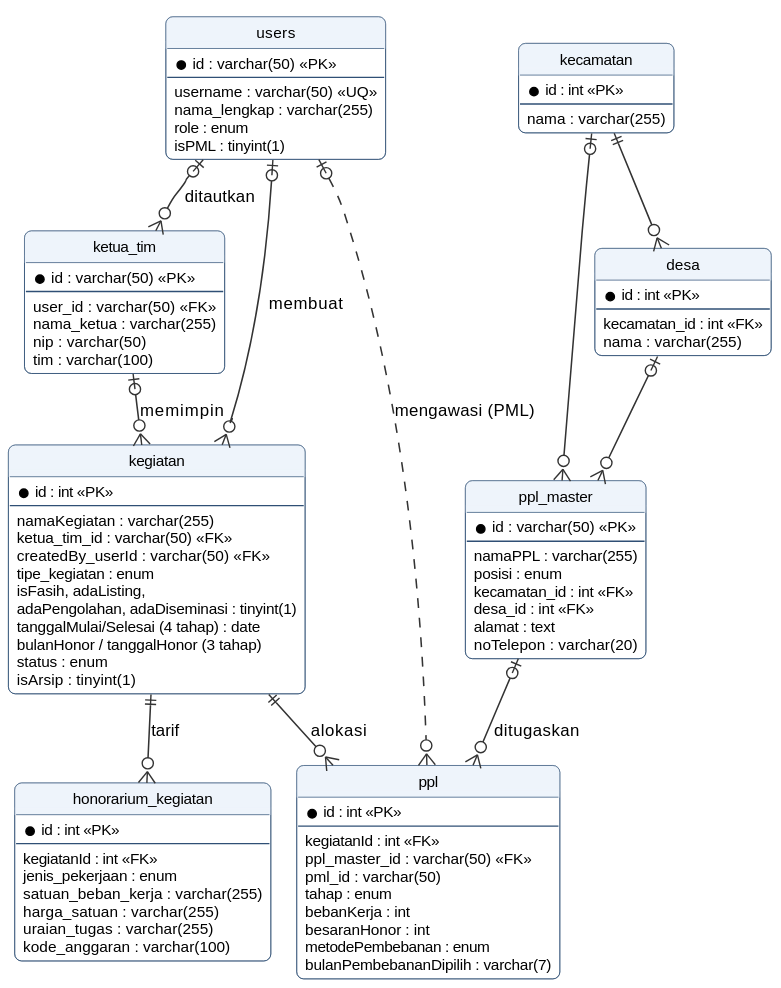
Before: docs/diagram/out/erd-kegiatan-alokasi.svg, a diagram exported from PlantUML (kharis5870/Kharisma). The source it was exported from:
```plantuml
@startuml
!include _gaya.iuml
hide circle
hide methods

entity "users" as users {
  * id : varchar(50) <<PK>>
  --
  username : varchar(50) <<UQ>>
  nama_lengkap : varchar(255)
  role : enum
  isPML : tinyint(1)
}

entity "ketua_tim" as ketua_tim {
  * id : varchar(50) <<PK>>
  --
  user_id : varchar(50) <<FK>>
  nama_ketua : varchar(255)
  nip : varchar(50)
  tim : varchar(100)
}

entity "kegiatan" as kegiatan {
  * id : int <<PK>>
  --
  namaKegiatan : varchar(255)
  ketua_tim_id : varchar(50) <<FK>>
  createdBy_userId : varchar(50) <<FK>>
  tipe_kegiatan : enum
  isFasih, adaListing,
  adaPengolahan, adaDiseminasi : tinyint(1)
  tanggalMulai/Selesai (4 tahap) : date
  bulanHonor / tanggalHonor (3 tahap)
  status : enum
  isArsip : tinyint(1)
}

entity "honorarium_kegiatan" as honorarium_kegiatan {
  * id : int <<PK>>
  --
  kegiatanId : int <<FK>>
  jenis_pekerjaan : enum
  satuan_beban_kerja : varchar(255)
  harga_satuan : varchar(255)
  uraian_tugas : varchar(255)
  kode_anggaran : varchar(100)
}

entity "ppl" as ppl {
  * id : int <<PK>>
  --
  kegiatanId : int <<FK>>
  ppl_master_id : varchar(50) <<FK>>
  pml_id : varchar(50)
  tahap : enum
  bebanKerja : int
  besaranHonor : int
  metodePembebanan : enum
  bulanPembebananDipilih : varchar(7)
}

entity "ppl_master" as ppl_master {
  * id : varchar(50) <<PK>>
  --
  namaPPL : varchar(255)
  posisi : enum
  kecamatan_id : int <<FK>>
  desa_id : int <<FK>>
  alamat : text
  noTelepon : varchar(20)
}

entity "kecamatan" as kecamatan {
  * id : int <<PK>>
  --
  nama : varchar(255)
}

entity "desa" as desa {
  * id : int <<PK>>
  --
  kecamatan_id : int <<FK>>
  nama : varchar(255)
}

users |o--o{ ketua_tim : ditautkan
ketua_tim |o--o{ kegiatan : memimpin
users |o--o{ kegiatan : membuat
kegiatan ||--o{ honorarium_kegiatan : tarif
kegiatan ||--o{ ppl : alokasi
ppl_master |o--o{ ppl : ditugaskan
users |o..o{ ppl : mengawasi (PML)
kecamatan ||--o{ desa
kecamatan |o--o{ ppl_master
desa |o--o{ ppl_master
@enduml
```
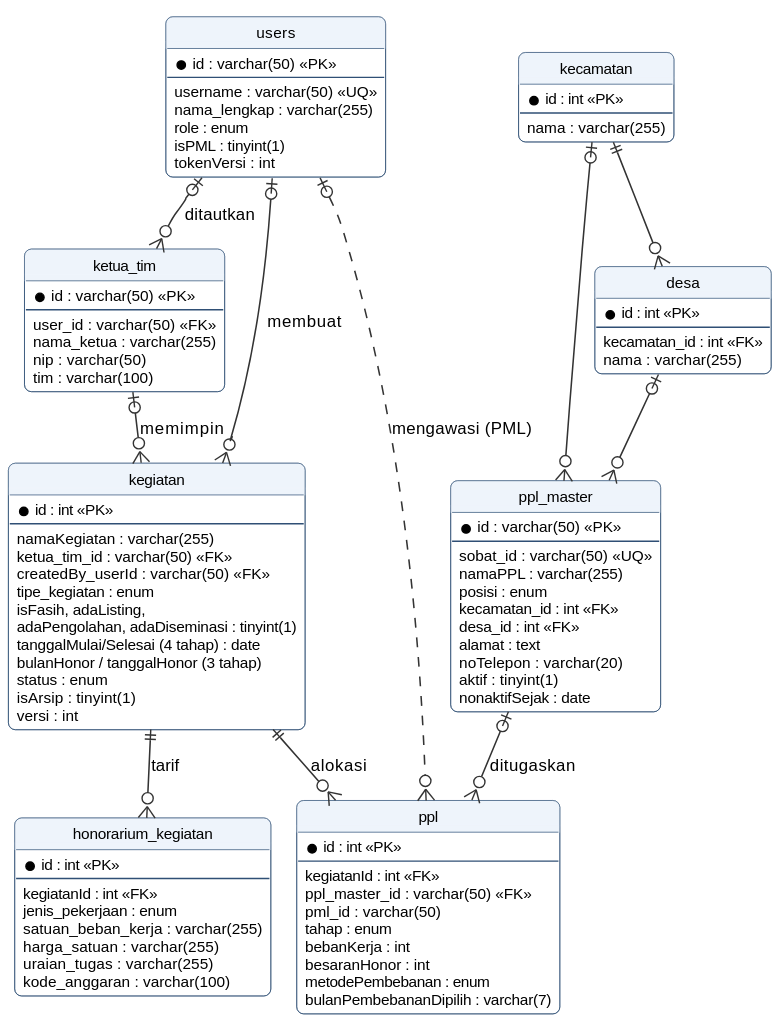
The same file after the commit.

Change to the diagram source:
```diff
@@ -10,6 +10,7 @@
   nama_lengkap : varchar(255)
   role : enum
   isPML : tinyint(1)
+  tokenVersi : int
 }
 
 entity "ketua_tim" as ketua_tim {
@@ -34,6 +35,7 @@
   bulanHonor / tanggalHonor (3 tahap)
   status : enum
   isArsip : tinyint(1)
+  versi : int
 }
 
 entity "honorarium_kegiatan" as honorarium_kegiatan {
@@ -63,12 +65,15 @@
 entity "ppl_master" as ppl_master {
   * id : varchar(50) <<PK>>
   --
+  sobat_id : varchar(50) <<UQ>>
   namaPPL : varchar(255)
   posisi : enum
   kecamatan_id : int <<FK>>
   desa_id : int <<FK>>
   alamat : text
   noTelepon : varchar(20)
+  aktif : tinyint(1)
+  nonaktifSejak : date
 }
 
 entity "kecamatan" as kecamatan {
```
